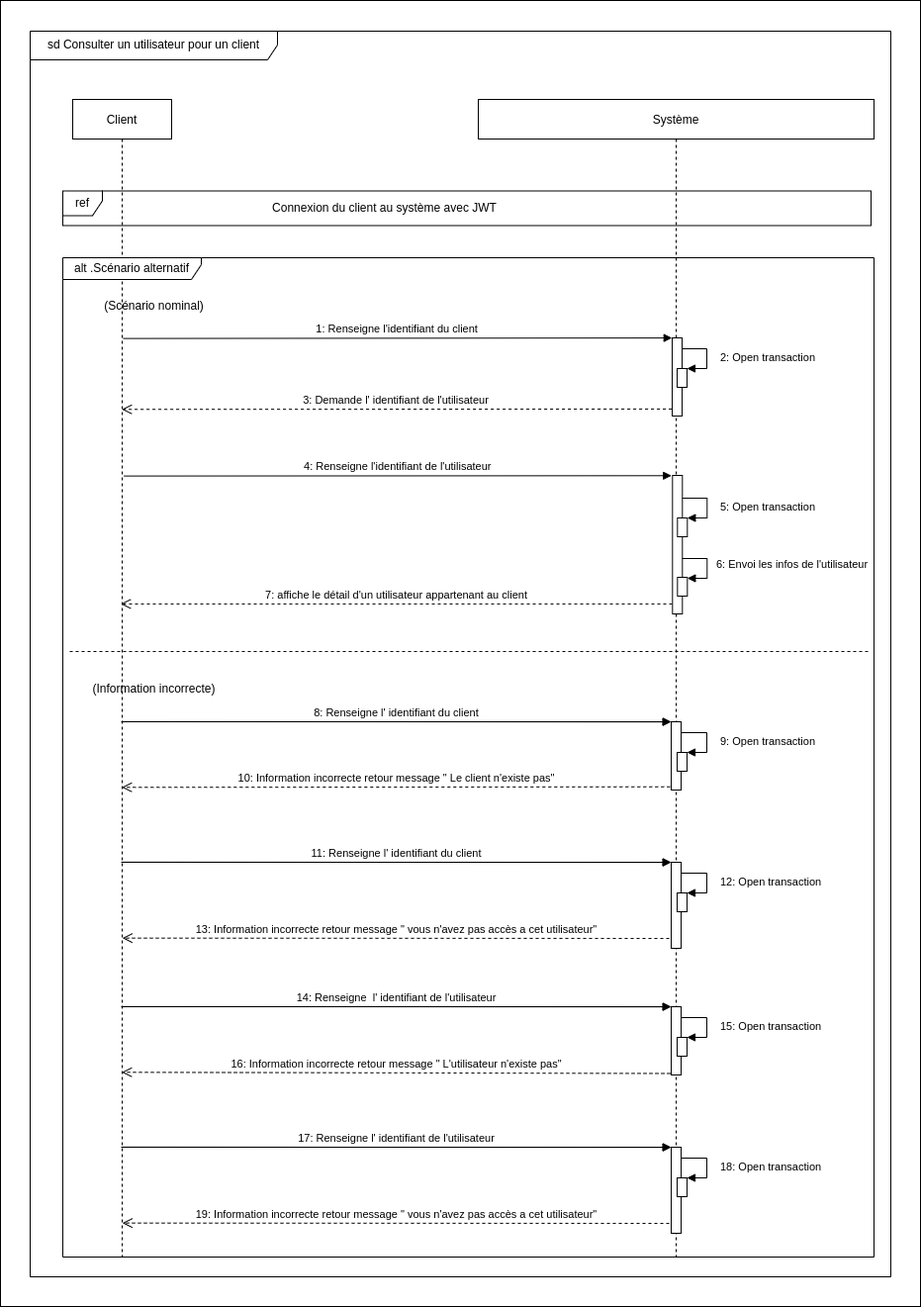
The draw.io diagram conception/Diagramme UML/Diag-séquences/Diag séq consulter un utilisateur pour un client.png in laurent-66/API-BileMo, before a commit. Source tidied: cells renumbered, new cells last; positions are measured from the earlier drawing's top-left corner, leaving out a move shared by most shapes.
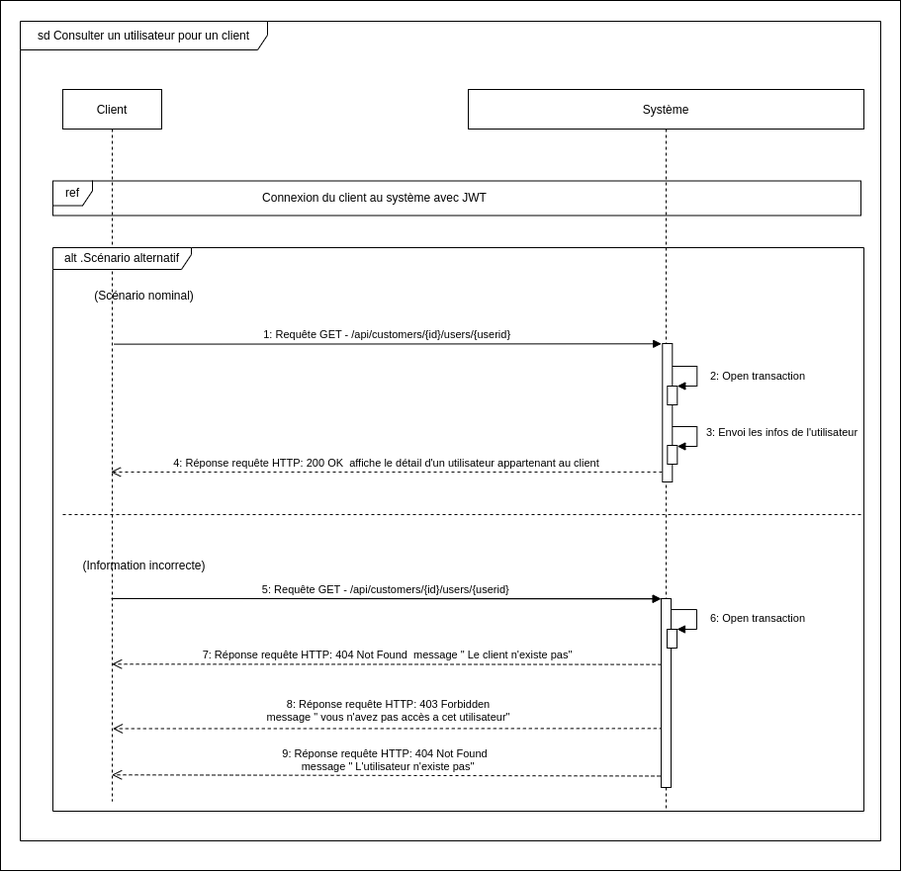
The same file after the commit.

What changed in the source:
```diff
@@ -3,214 +3,115 @@
     <mxCell id="0" />
     <mxCell id="1" parent="0" />
     <mxCell id="2" style="rounded=0;whiteSpace=wrap;html=1;" parent="1" vertex="1">
-      <mxGeometry width="930" height="1320" as="geometry" />
+      <mxGeometry x="10" y="10" width="910" height="880" as="geometry" />
     </mxCell>
     <mxCell id="3" value="Client" style="shape=umlLifeline;perimeter=lifelinePerimeter;rounded=0;shadow=0;strokeWidth=1;" parent="1" vertex="1">
-      <mxGeometry x="73" y="100" width="100" height="1170" as="geometry" />
+      <mxGeometry x="73" y="100" width="100" height="720" as="geometry" />
     </mxCell>
     <mxCell id="4" value="Système" style="shape=umlLifeline;perimeter=lifelinePerimeter;rounded=0;shadow=0;strokeWidth=1;" parent="1" vertex="1">
-      <mxGeometry x="483" y="100" width="400" height="1170" as="geometry" />
+      <mxGeometry x="483" y="100" width="400" height="730" as="geometry" />
     </mxCell>
     <mxCell id="5" value="alt .Scénario alternatif" style="shape=umlFrame;whiteSpace=wrap;html=1;width=140;height=22;" parent="4" vertex="1">
-      <mxGeometry x="-420" y="160" width="820" height="1010" as="geometry" />
+      <mxGeometry x="-420" y="160" width="820" height="570" as="geometry" />
     </mxCell>
     <mxCell id="6" value="Connexion du client au système avec JWT" style="text;html=1;align=center;verticalAlign=middle;strokeColor=none;fillColor=none;" parent="4" vertex="1">
       <mxGeometry x="-220" y="95" width="250" height="30" as="geometry" />
     </mxCell>
     <mxCell id="7" style="points=[];perimeter=orthogonalPerimeter;rounded=0;shadow=0;strokeWidth=1;" parent="4" vertex="1">
-      <mxGeometry x="196.3" y="380" width="10" height="140" as="geometry" />
+      <mxGeometry x="196.3" y="257" width="10" height="140" as="geometry" />
     </mxCell>
     <mxCell id="8" style="html=1;points=[];perimeter=orthogonalPerimeter;" parent="4" vertex="1">
-      <mxGeometry x="201.3" y="423" width="10" height="19" as="geometry" />
+      <mxGeometry x="201.3" y="300" width="10" height="19" as="geometry" />
     </mxCell>
-    <mxCell id="9" value="5: Open transaction" style="edgeStyle=orthogonalEdgeStyle;html=1;align=left;spacingLeft=2;endArrow=block;rounded=0;entryX=1;entryY=0;" parent="4" edge="1" target="8">
+    <mxCell id="9" value="2: Open transaction" style="edgeStyle=orthogonalEdgeStyle;html=1;align=left;spacingLeft=2;endArrow=block;rounded=0;entryX=1;entryY=0;" parent="4" edge="1" target="8">
       <mxGeometry x="0.06" y="10" relative="1" as="geometry">
-        <mxPoint x="206.3" y="403" as="sourcePoint" />
+        <mxPoint x="206.3" y="280" as="sourcePoint" />
         <Array as="points">
-          <mxPoint x="231.3" y="403" />
-          <mxPoint x="231.3" y="423" />
+          <mxPoint x="231.3" y="280" />
+          <mxPoint x="231.3" y="300" />
         </Array>
       </mxGeometry>
     </mxCell>
-    <mxCell id="10" value="4: Renseigne l'identifiant de l'utilisateur" style="verticalAlign=bottom;endArrow=block;shadow=0;strokeWidth=1;exitX=0.51;exitY=0.371;exitDx=0;exitDy=0;exitPerimeter=0;entryX=-0.109;entryY=0.002;entryDx=0;entryDy=0;entryPerimeter=0;" parent="4" edge="1" target="7">
+    <mxCell id="10" value="1: Requête GET - /api/customers/{id}/users/{userid}" style="verticalAlign=bottom;endArrow=block;shadow=0;strokeWidth=1;exitX=0.51;exitY=0.371;exitDx=0;exitDy=0;exitPerimeter=0;entryX=-0.109;entryY=0.002;entryDx=0;entryDy=0;entryPerimeter=0;" parent="4" edge="1" target="7">
       <mxGeometry relative="1" as="geometry">
-        <mxPoint x="-358.4" y="380.6" as="sourcePoint" />
+        <mxPoint x="-358.4" y="257.6" as="sourcePoint" />
       </mxGeometry>
     </mxCell>
     <mxCell id="11" style="html=1;perimeter=orthogonalPerimeter;" parent="4" vertex="1">
-      <mxGeometry x="201.3" y="483" width="10" height="19" as="geometry" />
+      <mxGeometry x="201.3" y="360" width="10" height="19" as="geometry" />
     </mxCell>
-    <mxCell id="12" value="6: Envoi les infos de l'utilisateur" style="edgeStyle=orthogonalEdgeStyle;html=1;align=left;spacingLeft=2;endArrow=block;rounded=0;entryX=1;entryY=0;" parent="4" edge="1">
+    <mxCell id="12" value="3: Envoi les infos de l'utilisateur" style="edgeStyle=orthogonalEdgeStyle;html=1;align=left;spacingLeft=2;endArrow=block;rounded=0;entryX=1;entryY=0;" parent="4" edge="1">
       <mxGeometry x="-0.05" y="6" relative="1" as="geometry">
-        <mxPoint x="206.3" y="464" as="sourcePoint" />
-        <mxPoint x="211.3" y="484" as="targetPoint" />
+        <mxPoint x="206.3" y="341" as="sourcePoint" />
+        <mxPoint x="211.3" y="361" as="targetPoint" />
         <Array as="points">
-          <mxPoint x="231.3" y="464" />
-          <mxPoint x="231.3" y="484" />
+          <mxPoint x="231.3" y="341" />
+          <mxPoint x="231.3" y="361" />
         </Array>
       </mxGeometry>
     </mxCell>
+    <mxCell id="27" value="8: Réponse requête HTTP: 403 Forbidden&lt;br&gt;message &quot; vous n'avez pas accès a cet utilisateur&quot;" style="html=1;verticalAlign=bottom;endArrow=open;dashed=1;endSize=8;rounded=0;entryX=0.505;entryY=0.65;entryDx=0;entryDy=0;entryPerimeter=0;exitX=-0.198;exitY=0.885;exitDx=0;exitDy=0;exitPerimeter=0;" parent="4" edge="1">
+      <mxGeometry y="-2" relative="1" as="geometry">
+        <mxPoint x="196.3" y="646.3" as="sourcePoint" />
+        <mxPoint x="-359.5" y="646.5" as="targetPoint" />
+      </mxGeometry>
+    </mxCell>
     <mxCell id="13" value="(Scénario nominal)" style="text;html=1;align=center;verticalAlign=middle;strokeColor=none;fillColor=none;" parent="1" vertex="1">
       <mxGeometry x="95" y="294" width="120" height="30" as="geometry" />
     </mxCell>
     <mxCell id="14" value="sd Consulter un utilisateur pour un client" style="shape=umlFrame;whiteSpace=wrap;html=1;width=250;height=29;" parent="1" vertex="1">
-      <mxGeometry x="30" y="31" width="870" height="1259" as="geometry" />
+      <mxGeometry x="30" y="31" width="870" height="829" as="geometry" />
     </mxCell>
-    <mxCell id="15" style="points=[];perimeter=orthogonalPerimeter;rounded=0;shadow=0;strokeWidth=1;" parent="1" vertex="1">
-      <mxGeometry x="679" y="341" width="10" height="79" as="geometry" />
-    </mxCell>
-    <mxCell id="16" style="html=1;points=[];perimeter=orthogonalPerimeter;" parent="1" vertex="1">
-      <mxGeometry x="684" y="372" width="10" height="19" as="geometry" />
-    </mxCell>
-    <mxCell id="17" value="2: Open transaction" style="edgeStyle=orthogonalEdgeStyle;html=1;align=left;spacingLeft=2;endArrow=block;rounded=0;entryX=1;entryY=0;" parent="1" edge="1" source="15" target="16">
-      <mxGeometry x="0.06" y="10" relative="1" as="geometry">
-        <Array as="points">
-          <mxPoint x="714" y="352" />
-          <mxPoint x="714" y="372" />
-        </Array>
-      </mxGeometry>
-    </mxCell>
-    <mxCell id="18" value="1: Renseigne l'identifiant du client" style="verticalAlign=bottom;endArrow=block;shadow=0;strokeWidth=1;entryX=-0.02;entryY=0.001;entryDx=0;entryDy=0;entryPerimeter=0;exitX=0.51;exitY=0.371;exitDx=0;exitDy=0;exitPerimeter=0;" parent="1" edge="1" target="15">
-      <mxGeometry relative="1" as="geometry">
-        <mxPoint x="124" y="341.6" as="sourcePoint" />
-      </mxGeometry>
-    </mxCell>
-    <mxCell id="19" value="3: Demande l' identifiant de l'utilisateur&amp;nbsp;" style="html=1;verticalAlign=bottom;endArrow=open;dashed=1;endSize=8;rounded=0;exitX=-0.037;exitY=0.91;exitDx=0;exitDy=0;exitPerimeter=0;" parent="1" edge="1" source="15">
-      <mxGeometry relative="1" as="geometry">
-        <mxPoint x="122.7" y="413.3" as="targetPoint" />
-      </mxGeometry>
-    </mxCell>
     <mxCell id="20" value="(Information incorrecte)" style="text;html=1;align=center;verticalAlign=middle;strokeColor=none;fillColor=none;" parent="1" vertex="1">
-      <mxGeometry x="80" y="681" width="150" height="30" as="geometry" />
+      <mxGeometry x="80" y="567" width="150" height="30" as="geometry" />
     </mxCell>
     <mxCell id="21" style="points=[];perimeter=orthogonalPerimeter;rounded=0;shadow=0;strokeWidth=1;" parent="1" vertex="1">
-      <mxGeometry x="678" y="729" width="10" height="69" as="geometry" />
+      <mxGeometry x="678" y="615" width="10" height="191" as="geometry" />
     </mxCell>
     <mxCell id="22" style="html=1;points=[];perimeter=orthogonalPerimeter;" parent="1" vertex="1">
-      <mxGeometry x="684" y="760" width="10" height="19" as="geometry" />
+      <mxGeometry x="684" y="646" width="10" height="19" as="geometry" />
     </mxCell>
-    <mxCell id="23" value="9: Open transaction" style="edgeStyle=orthogonalEdgeStyle;html=1;align=left;spacingLeft=2;endArrow=block;rounded=0;entryX=1;entryY=0;" parent="1" edge="1" source="21" target="22">
+    <mxCell id="23" value="6: Open transaction" style="edgeStyle=orthogonalEdgeStyle;html=1;align=left;spacingLeft=2;endArrow=block;rounded=0;entryX=1;entryY=0;" parent="1" edge="1" source="21" target="22">
       <mxGeometry x="0.06" y="10" relative="1" as="geometry">
         <Array as="points">
-          <mxPoint x="714" y="740" />
-          <mxPoint x="714" y="760" />
+          <mxPoint x="714" y="626" />
+          <mxPoint x="714" y="646" />
         </Array>
       </mxGeometry>
     </mxCell>
     <mxCell id="24" value="5: Renseigner identifiant du client" style="verticalAlign=bottom;endArrow=block;shadow=0;strokeWidth=1;entryX=-0.02;entryY=0.001;entryDx=0;entryDy=0;entryPerimeter=0;exitX=0.495;exitY=0.69;exitDx=0;exitDy=0;exitPerimeter=0;" parent="1" edge="1" target="21">
       <mxGeometry relative="1" as="geometry">
-        <mxPoint x="122.1" y="728.9" as="sourcePoint" />
+        <mxPoint x="122.1" y="614.9" as="sourcePoint" />
       </mxGeometry>
     </mxCell>
-    <mxCell id="25" value="10: Information incorrecte retour message &quot; Le client n'existe pas&quot;" style="html=1;verticalAlign=bottom;endArrow=open;dashed=1;endSize=8;rounded=0;exitX=-0.119;exitY=0.953;exitDx=0;exitDy=0;exitPerimeter=0;" parent="1" edge="1" source="21">
+    <mxCell id="25" value="7: Réponse requête HTTP: 404 Not Found&amp;nbsp; message &quot; Le client n'existe pas&quot;" style="html=1;verticalAlign=bottom;endArrow=open;dashed=1;endSize=8;rounded=0;exitX=0.008;exitY=0.349;exitDx=0;exitDy=0;exitPerimeter=0;" parent="1" edge="1" source="21">
       <mxGeometry relative="1" as="geometry">
-        <mxPoint x="122.7" y="795.3" as="targetPoint" />
+        <mxPoint x="122.7" y="681.3" as="targetPoint" />
       </mxGeometry>
     </mxCell>
-    <mxCell id="26" value="8: Renseigne l' identifiant du client" style="verticalAlign=bottom;endArrow=block;shadow=0;strokeWidth=1;entryX=-0.02;entryY=0.001;entryDx=0;entryDy=0;entryPerimeter=0;exitX=0.494;exitY=0.687;exitDx=0;exitDy=0;exitPerimeter=0;" parent="1" edge="1" target="21">
+    <mxCell id="26" value="5: Requête GET - /api/customers/{id}/users/{userid}" style="verticalAlign=bottom;endArrow=block;shadow=0;strokeWidth=1;entryX=-0.02;entryY=0.001;entryDx=0;entryDy=0;entryPerimeter=0;exitX=0.494;exitY=0.687;exitDx=0;exitDy=0;exitPerimeter=0;" parent="1" edge="1" target="21">
       <mxGeometry relative="1" as="geometry">
-        <mxPoint x="122.4" y="728.9" as="sourcePoint" />
+        <mxPoint x="122.4" y="614.9" as="sourcePoint" />
       </mxGeometry>
     </mxCell>
-    <mxCell id="27" value="13: Information incorrecte retour message &quot; vous n'avez pas accès a cet utilisateur&quot;" style="html=1;verticalAlign=bottom;endArrow=open;dashed=1;endSize=8;rounded=0;entryX=0.502;entryY=0.817;entryDx=0;entryDy=0;entryPerimeter=0;exitX=-0.198;exitY=0.885;exitDx=0;exitDy=0;exitPerimeter=0;" parent="1" edge="1" source="29">
-      <mxGeometry relative="1" as="geometry">
-        <mxPoint x="123.2" y="947.7" as="targetPoint" />
-      </mxGeometry>
-    </mxCell>
-    <mxCell id="28" value="7: affiche le détail d'un utilisateur appartenant au client" style="html=1;verticalAlign=bottom;endArrow=open;dashed=1;endSize=8;rounded=0;exitX=-0.031;exitY=0.928;exitDx=0;exitDy=0;exitPerimeter=0;" parent="1" edge="1" source="7">
+    <mxCell id="28" value="4: Réponse requête HTTP: 200 OK&amp;nbsp; affiche le détail d'un utilisateur appartenant au client" style="html=1;verticalAlign=bottom;endArrow=open;dashed=1;endSize=8;rounded=0;exitX=-0.031;exitY=0.928;exitDx=0;exitDy=0;exitPerimeter=0;" parent="1" edge="1" source="7">
       <mxGeometry relative="1" as="geometry">
-        <mxPoint x="121.5" y="609.9" as="targetPoint" />
+        <mxPoint x="121.5" y="486.9" as="targetPoint" />
       </mxGeometry>
     </mxCell>
-    <mxCell id="29" style="points=[];perimeter=orthogonalPerimeter;rounded=0;shadow=0;strokeWidth=1;" parent="1" vertex="1">
-      <mxGeometry x="678" y="871" width="10" height="87" as="geometry" />
-    </mxCell>
-    <mxCell id="30" style="html=1;points=[];perimeter=orthogonalPerimeter;" parent="1" vertex="1">
-      <mxGeometry x="684" y="902" width="10" height="19" as="geometry" />
-    </mxCell>
-    <mxCell id="31" value="12: Open transaction" style="edgeStyle=orthogonalEdgeStyle;html=1;align=left;spacingLeft=2;endArrow=block;rounded=0;entryX=1;entryY=0;" parent="1" edge="1" source="29" target="30">
-      <mxGeometry x="0.06" y="10" relative="1" as="geometry">
-        <Array as="points">
-          <mxPoint x="714" y="882" />
-          <mxPoint x="714" y="902" />
-        </Array>
-      </mxGeometry>
-    </mxCell>
-    <mxCell id="32" value="5: Renseigner identifiant du client" style="verticalAlign=bottom;endArrow=block;shadow=0;strokeWidth=1;entryX=-0.02;entryY=0.001;entryDx=0;entryDy=0;entryPerimeter=0;exitX=0.495;exitY=0.69;exitDx=0;exitDy=0;exitPerimeter=0;" parent="1" edge="1" target="29">
-      <mxGeometry relative="1" as="geometry">
-        <mxPoint x="122.1" y="870.9" as="sourcePoint" />
-      </mxGeometry>
-    </mxCell>
-    <mxCell id="33" value="11: Renseigne l' identifiant du client" style="verticalAlign=bottom;endArrow=block;shadow=0;strokeWidth=1;entryX=-0.02;entryY=0.001;entryDx=0;entryDy=0;entryPerimeter=0;exitX=0.494;exitY=0.687;exitDx=0;exitDy=0;exitPerimeter=0;" parent="1" edge="1" target="29">
-      <mxGeometry relative="1" as="geometry">
-        <mxPoint x="122.4" y="870.9" as="sourcePoint" />
-      </mxGeometry>
-    </mxCell>
-    <mxCell id="34" style="points=[];perimeter=orthogonalPerimeter;rounded=0;shadow=0;strokeWidth=1;" parent="1" vertex="1">
-      <mxGeometry x="678" y="1017" width="10" height="69" as="geometry" />
-    </mxCell>
-    <mxCell id="35" style="html=1;points=[];perimeter=orthogonalPerimeter;" parent="1" vertex="1">
-      <mxGeometry x="684" y="1048" width="10" height="19" as="geometry" />
-    </mxCell>
-    <mxCell id="36" value="15: Open transaction" style="edgeStyle=orthogonalEdgeStyle;html=1;align=left;spacingLeft=2;endArrow=block;rounded=0;entryX=1;entryY=0;" parent="1" edge="1" source="34" target="35">
-      <mxGeometry x="0.06" y="10" relative="1" as="geometry">
-        <Array as="points">
-          <mxPoint x="714" y="1028" />
-          <mxPoint x="714" y="1048" />
-        </Array>
-      </mxGeometry>
-    </mxCell>
-    <mxCell id="37" value="5: Renseigner identifiant du client" style="verticalAlign=bottom;endArrow=block;shadow=0;strokeWidth=1;entryX=-0.02;entryY=0.001;entryDx=0;entryDy=0;entryPerimeter=0;exitX=0.495;exitY=0.69;exitDx=0;exitDy=0;exitPerimeter=0;" parent="1" edge="1" target="34">
-      <mxGeometry relative="1" as="geometry">
-        <mxPoint x="122.1" y="1016.9" as="sourcePoint" />
-      </mxGeometry>
-    </mxCell>
-    <mxCell id="38" value="16: Information incorrecte retour message &quot; L'utilisateur n'existe pas&quot;" style="html=1;verticalAlign=bottom;endArrow=open;dashed=1;endSize=8;rounded=0;exitX=-0.098;exitY=0.978;exitDx=0;exitDy=0;exitPerimeter=0;" parent="1" edge="1" source="34">
+    <mxCell id="38" value="9: Réponse requête HTTP: 404 Not Found&amp;nbsp;&lt;br&gt;&amp;nbsp;message &quot; L'utilisateur n'existe pas&quot;" style="html=1;verticalAlign=bottom;endArrow=open;dashed=1;endSize=8;rounded=0;exitX=-0.098;exitY=0.978;exitDx=0;exitDy=0;exitPerimeter=0;" parent="1" edge="1">
       <mxGeometry relative="1" as="geometry">
-        <mxPoint x="122.7" y="1083.3" as="targetPoint" />
+        <mxPoint x="677" y="794.5" as="sourcePoint" />
+        <mxPoint x="122.7" y="793.3" as="targetPoint" />
       </mxGeometry>
     </mxCell>
-    <mxCell id="39" value="14: Renseigne  l' identifiant de l'utilisateur" style="verticalAlign=bottom;endArrow=block;shadow=0;strokeWidth=1;entryX=-0.02;entryY=0.001;entryDx=0;entryDy=0;entryPerimeter=0;exitX=0.494;exitY=0.687;exitDx=0;exitDy=0;exitPerimeter=0;" parent="1" edge="1" target="34">
-      <mxGeometry relative="1" as="geometry">
-        <mxPoint x="122.4" y="1016.9" as="sourcePoint" />
-      </mxGeometry>
-    </mxCell>
-    <mxCell id="40" value="19: Information incorrecte retour message &quot; vous n'avez pas accès a cet utilisateur&quot;" style="html=1;verticalAlign=bottom;endArrow=open;dashed=1;endSize=8;rounded=0;entryX=0.502;entryY=0.817;entryDx=0;entryDy=0;entryPerimeter=0;exitX=-0.198;exitY=0.885;exitDx=0;exitDy=0;exitPerimeter=0;" parent="1" edge="1" source="41">
-      <mxGeometry relative="1" as="geometry">
-        <mxPoint x="123.2" y="1235.7" as="targetPoint" />
-      </mxGeometry>
-    </mxCell>
-    <mxCell id="41" style="points=[];perimeter=orthogonalPerimeter;rounded=0;shadow=0;strokeWidth=1;" parent="1" vertex="1">
-      <mxGeometry x="678" y="1159" width="10" height="87" as="geometry" />
-    </mxCell>
-    <mxCell id="42" style="html=1;points=[];perimeter=orthogonalPerimeter;" parent="1" vertex="1">
-      <mxGeometry x="684" y="1190" width="10" height="19" as="geometry" />
-    </mxCell>
-    <mxCell id="43" value="18: Open transaction" style="edgeStyle=orthogonalEdgeStyle;html=1;align=left;spacingLeft=2;endArrow=block;rounded=0;entryX=1;entryY=0;" parent="1" edge="1" source="41" target="42">
-      <mxGeometry x="0.06" y="10" relative="1" as="geometry">
-        <Array as="points">
-          <mxPoint x="714" y="1170" />
-          <mxPoint x="714" y="1190" />
-        </Array>
-      </mxGeometry>
-    </mxCell>
-    <mxCell id="44" value="5: Renseigner identifiant du client" style="verticalAlign=bottom;endArrow=block;shadow=0;strokeWidth=1;entryX=-0.02;entryY=0.001;entryDx=0;entryDy=0;entryPerimeter=0;exitX=0.495;exitY=0.69;exitDx=0;exitDy=0;exitPerimeter=0;" parent="1" edge="1" target="41">
-      <mxGeometry relative="1" as="geometry">
-        <mxPoint x="122.1" y="1158.9" as="sourcePoint" />
-      </mxGeometry>
-    </mxCell>
-    <mxCell id="45" value="17: Renseigne l' identifiant de l'utilisateur" style="verticalAlign=bottom;endArrow=block;shadow=0;strokeWidth=1;entryX=-0.02;entryY=0.001;entryDx=0;entryDy=0;entryPerimeter=0;exitX=0.494;exitY=0.687;exitDx=0;exitDy=0;exitPerimeter=0;" parent="1" edge="1" target="41">
-      <mxGeometry relative="1" as="geometry">
-        <mxPoint x="122.4" y="1158.9" as="sourcePoint" />
-      </mxGeometry>
-    </mxCell>
     <mxCell id="46" value="ref" style="shape=umlFrame;whiteSpace=wrap;html=1;width=40;height=25;" parent="1" vertex="1">
       <mxGeometry x="63" y="192.5" width="817" height="35" as="geometry" />
     </mxCell>
     <mxCell id="47" style="endArrow=none;dashed=1;html=1;rounded=0;" parent="1" edge="1">
       <mxGeometry relative="1" as="geometry">
-        <mxPoint x="70" y="658" as="sourcePoint" />
-        <mxPoint x="880" y="658" as="targetPoint" />
+        <mxPoint x="73" y="530" as="sourcePoint" />
+        <mxPoint x="883" y="530" as="targetPoint" />
       </mxGeometry>
     </mxCell>
   </root>
```
